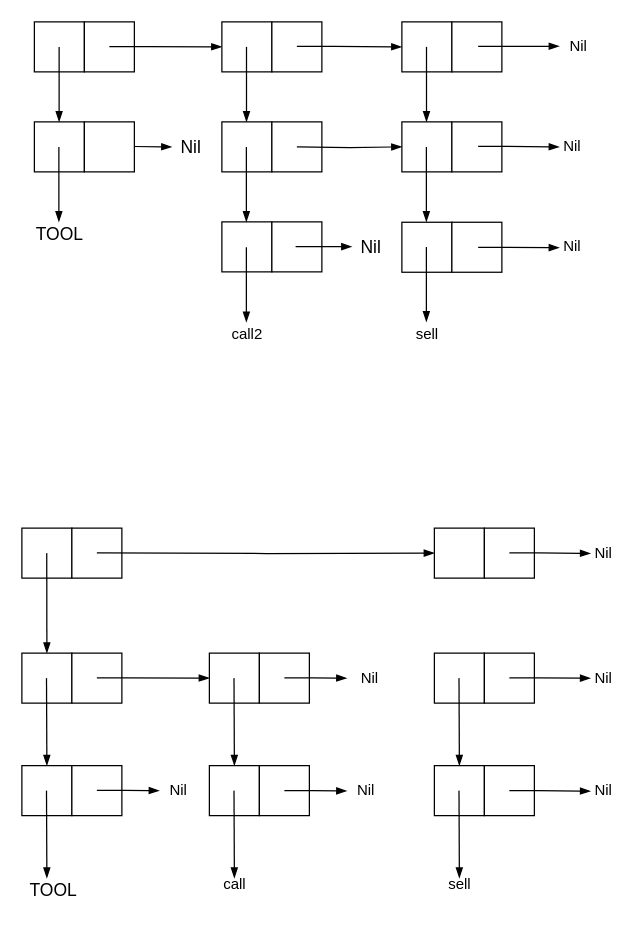
The draw.io diagram page "Страница 2" (2 of 3) of lisp/lab_01/report/images/lr1.drawio in leontartykov/bmstu_falp, before the edit. Source tidied: cells renumbered, new cells numbered last; positions are measured from the earlier drawing's top-left corner, leaving out a move shared by most shapes. Both pictures are drawn from the tidied source at 125%, with x=0, y=0 at pixel (21, 21).
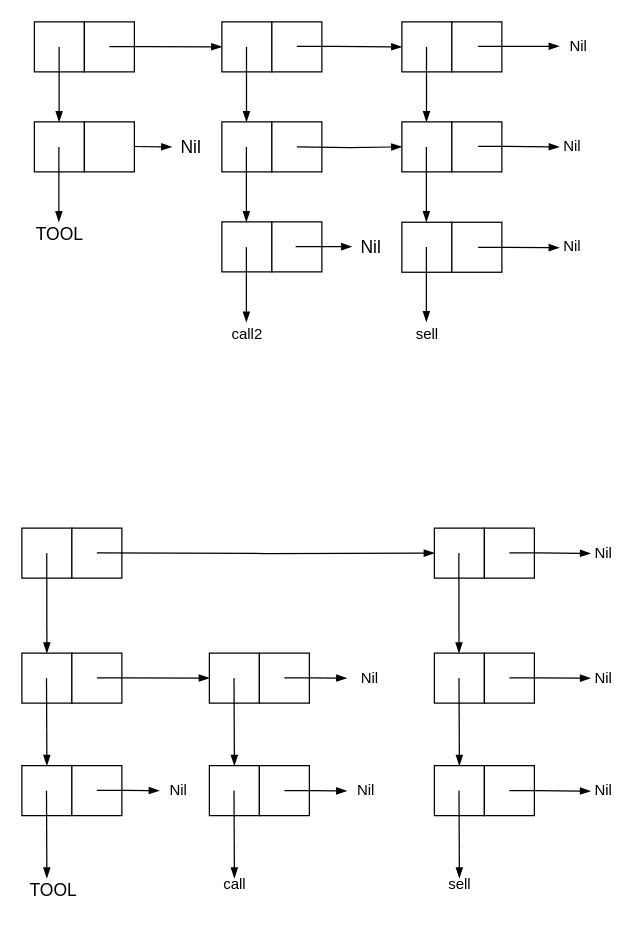
Above is the later version.

Change to the diagram source:
```diff
@@
+    <mxCell id="84" style="endArrow=blockThin;html=1;endFill=1;entryX=0.5;entryY=0;entryDx=0;entryDy=0;" parent="1" edge="1">
+      <mxGeometry relative="1" as="geometry">
+        <mxPoint x="349.6" y="425" as="sourcePoint" />
+        <mxPoint x="349.7" y="505" as="targetPoint" />
+      </mxGeometry>
+    </mxCell>
```
